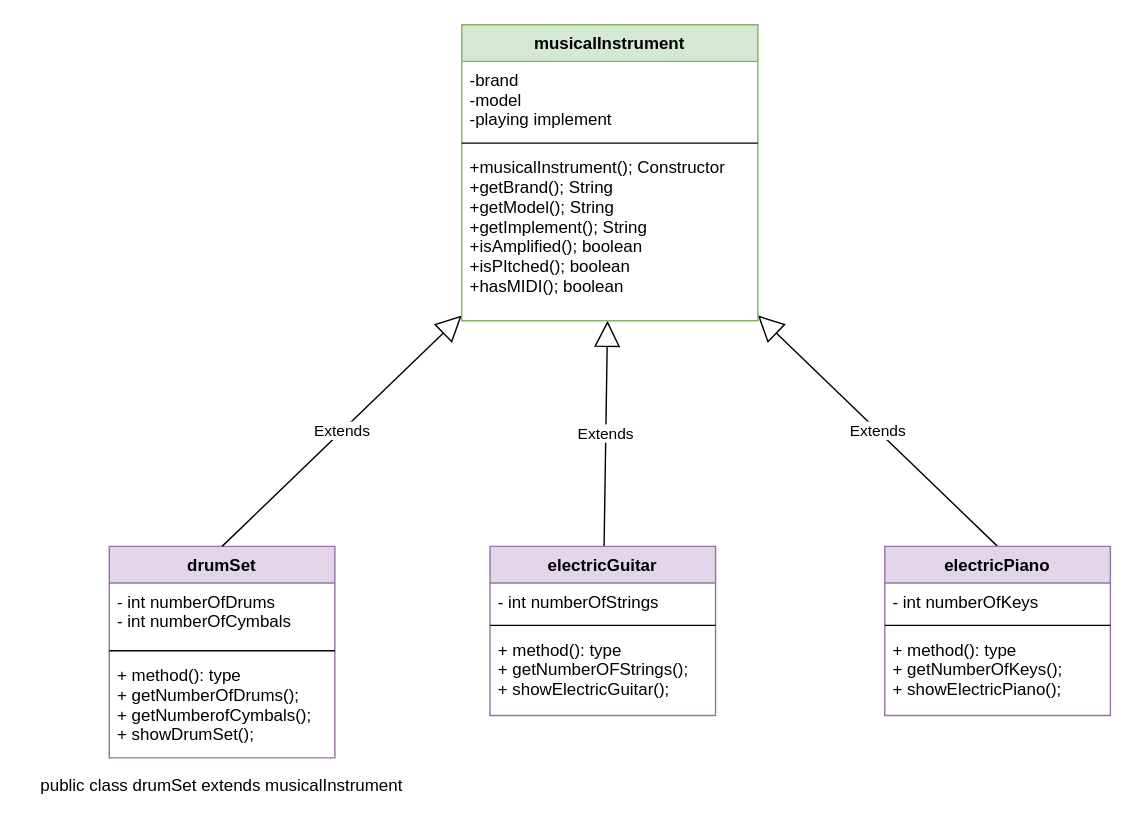
Above: musicalInstrument.drawio in tmart61/thing (draw.io), before the change. Source tidied: cells renumbered, new cells numbered last; positions are measured from the earlier drawing's top-left corner, leaving out a move shared by most shapes. Both pictures are drawn from the tidied source at 141%, with x=0, y=0 at pixel (24, 24).
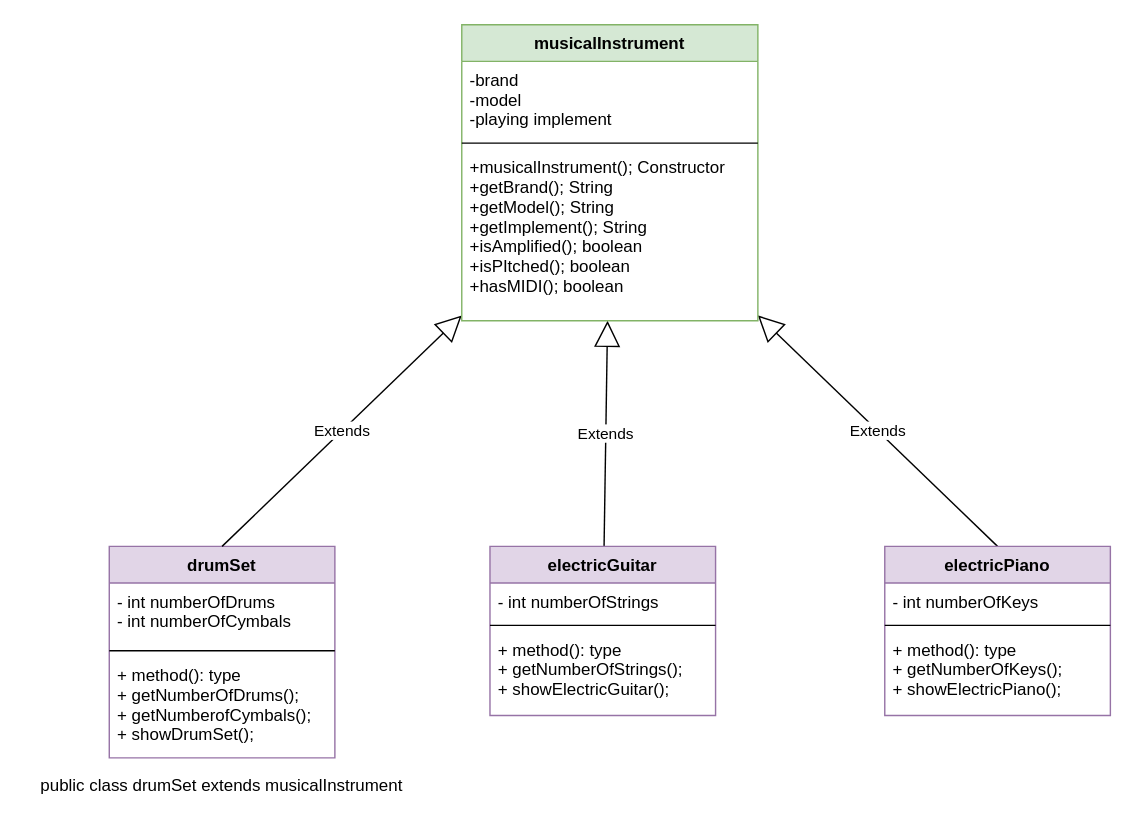
The same diagram, later.

The change refers to these unchanged cells:
```xml
<mxCell id="13" value="electricGuitar" style="swimlane;fontStyle=1;align=center;verticalAlign=top;horizontal=1;startSize=26;fillColor=#e1d5e7;strokeColor=#9673a6;" parent="1" vertex="1">
  <mxGeometry x="330" y="370" width="160" height="120" as="geometry" />
</mxCell>
```

Change to the diagram source:
```diff
@@
-    <mxCell id="16" value="+ method(): type&#10;+ getNumberOFStrings();&#10;+ showElectricGuitar();" style="text;strokeColor=none;fillColor=none;align=left;verticalAlign=top;spacingLeft=4;spacingRight=4;overflow=hidden;" parent="13" vertex="1">
+    <mxCell id="16" value="+ method(): type&#10;+ getNumberOfStrings();&#10;+ showElectricGuitar();" style="text;strokeColor=none;fillColor=none;align=left;verticalAlign=top;spacingLeft=4;spacingRight=4;overflow=hidden;" parent="13" vertex="1">
       <mxGeometry y="60" width="160" height="60" as="geometry" />
     </mxCell>
```
